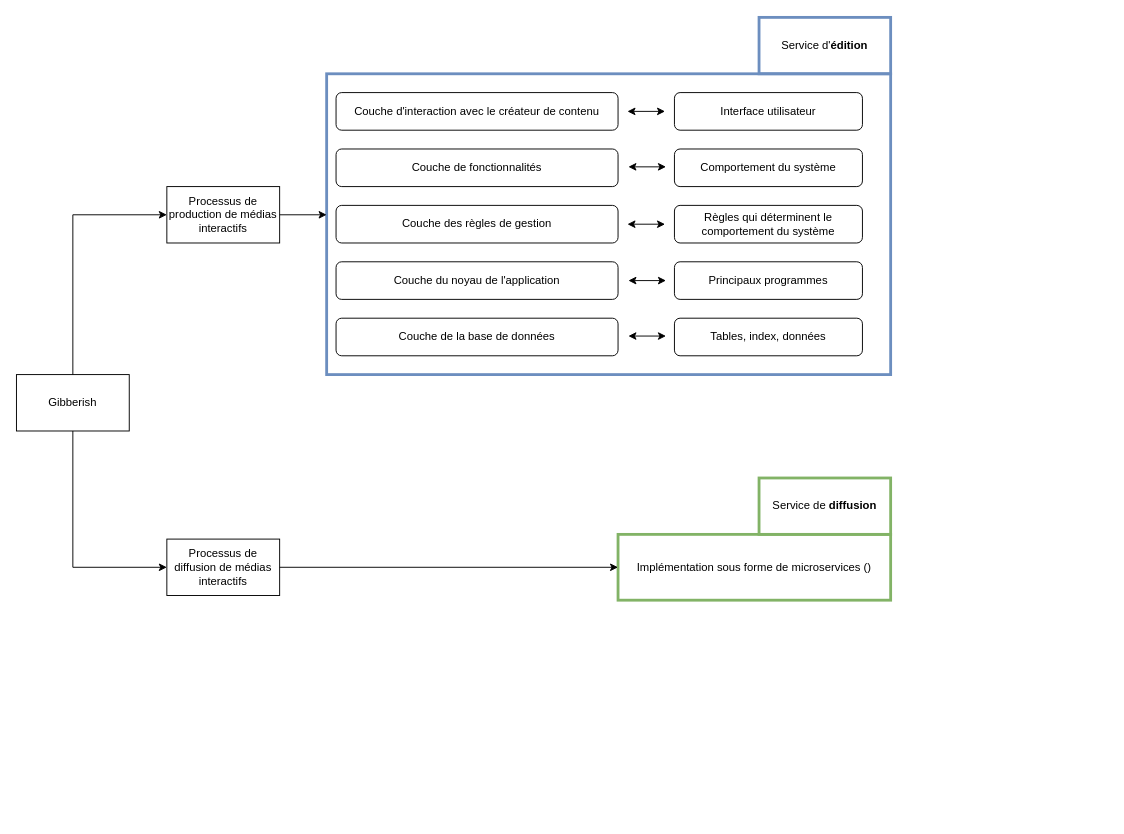
Above: GibberiashTargetApplicativeArchitecture.drawio in cjour/audit_logistics (draw.io), before the change. Source tidied: cells renumbered, new cells numbered last; positions are measured from the earlier drawing's top-left corner, leaving out a move shared by most shapes. Both pictures are drawn from the tidied source at 94%, with x=0, y=0 at pixel (16, 17).
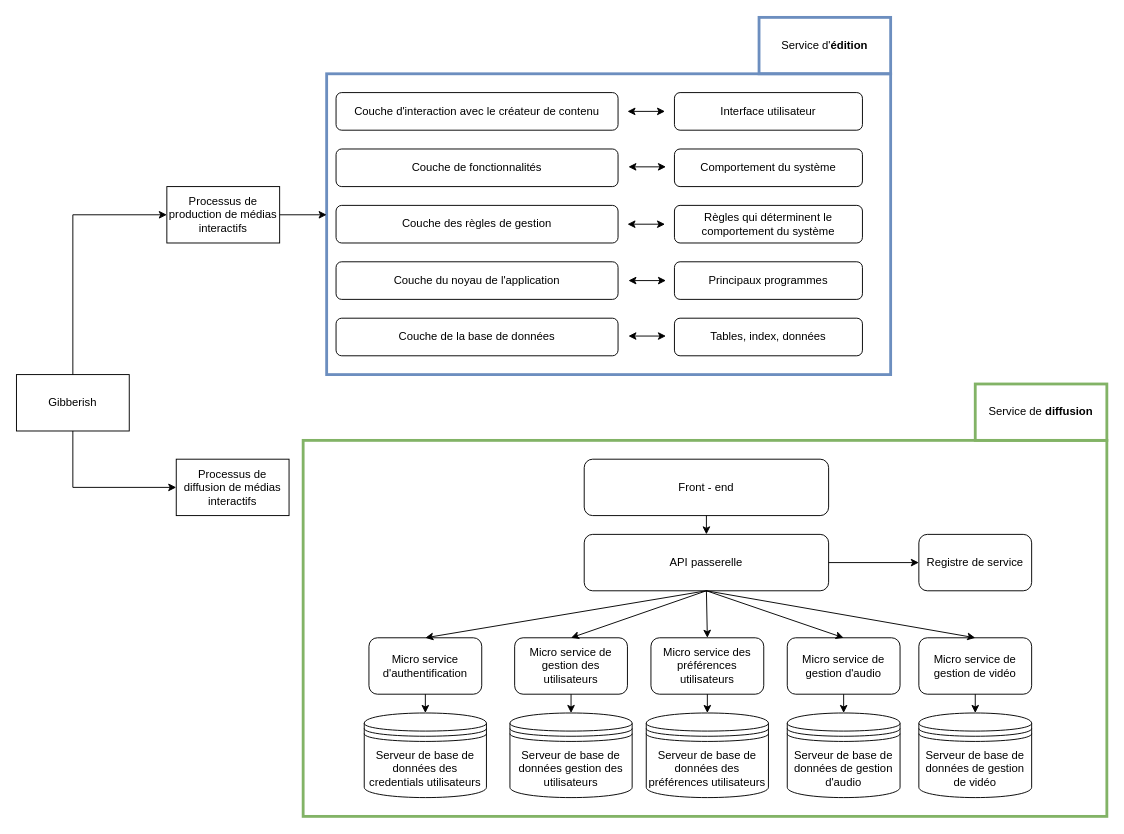
The same page after the edit.

Commit message:
Mettre à jour GibberiashTargetApplicativeArchitecture.drawio

The change refers to these unchanged cells:
```xml
<mxCell id="21" value="Gibberish" style="rounded=0;whiteSpace=wrap;html=1;strokeWidth=1;fillColor=none;" parent="1" vertex="1">
  <mxGeometry y="380" width="120" height="60" as="geometry" />
</mxCell>
```

Change to the diagram source:
```diff
@@
+    <mxCell id="19" style="rounded=0;whiteSpace=wrap;html=1;strokeWidth=3;fillColor=none;strokeColor=#82b366;" parent="1" vertex="1">
+      <mxGeometry x="305" y="450" width="855" height="400" as="geometry" />
+    </mxCell>
@@
-    <mxCell id="19" value="Implémentation sous forme de microservices ()" style="rounded=0;whiteSpace=wrap;html=1;strokeWidth=3;fillColor=none;strokeColor=#82b366;" parent="1" vertex="1">
-      <mxGeometry x="640" y="550" width="290" height="70" as="geometry" />
-    </mxCell>
     <mxCell id="20" value="Service de &lt;b&gt;diffusion&lt;/b&gt;" style="rounded=0;whiteSpace=wrap;html=1;strokeWidth=3;fillColor=none;strokeColor=#82b366;" parent="1" vertex="1">
-      <mxGeometry x="790" y="490" width="140" height="60" as="geometry" />
+      <mxGeometry x="1020" y="390" width="140" height="60" as="geometry" />
     </mxCell>
@@
     <mxCell id="23" value="Processus de diffusion de médias interactifs" style="rounded=0;whiteSpace=wrap;html=1;strokeWidth=1;fillColor=none;" parent="1" vertex="1">
-      <mxGeometry x="160" y="555" width="120" height="60" as="geometry" />
+      <mxGeometry x="170" y="470" width="120" height="60" as="geometry" />
     </mxCell>
@@
     <mxCell id="26" style="endArrow=classic;html=1;rounded=0;exitX=0.5;exitY=1;exitDx=0;exitDy=0;entryX=0;entryY=0.5;entryDx=0;entryDy=0;" parent="1" edge="1" source="21" target="23">
       <mxGeometry relative="1" as="geometry">
         <Array as="points">
-          <mxPoint x="60" y="585" />
+          <mxPoint x="60" y="500" />
         </Array>
       </mxGeometry>
     </mxCell>
-    <mxCell id="27" style="endArrow=classic;html=1;rounded=0;exitX=1;exitY=0.5;exitDx=0;exitDy=0;entryX=0;entryY=0.5;entryDx=0;entryDy=0;" parent="1" edge="1" source="23" target="19">
-      <mxGeometry relative="1" as="geometry" />
-    </mxCell>
+    <mxCell id="28" value="API passerelle" style="rounded=1;whiteSpace=wrap;html=1;" parent="1" vertex="1">
+      <mxGeometry x="604" y="550" width="260" height="60" as="geometry" />
+    </mxCell>
+    <mxCell id="29" value="Registre de service" style="rounded=1;whiteSpace=wrap;html=1;" parent="1" vertex="1">
+      <mxGeometry x="960" y="550" width="120" height="60" as="geometry" />
+    </mxCell>
+    <mxCell id="30" value="&lt;div&gt;Micro service d'authentification&lt;br&gt;&lt;/div&gt;" style="rounded=1;whiteSpace=wrap;html=1;" parent="1" vertex="1">
+      <mxGeometry x="375" y="660" width="120" height="60" as="geometry" />
+    </mxCell>
+    <mxCell id="31" value="&lt;div&gt;Micro service de gestion de vidéo&lt;br&gt;&lt;/div&gt;" style="rounded=1;whiteSpace=wrap;html=1;" parent="1" vertex="1">
+      <mxGeometry x="960" y="660" width="120" height="60" as="geometry" />
+    </mxCell>
+    <mxCell id="32" value="Serveur de base de données des credentials utilisateurs" style="shape=datastore;whiteSpace=wrap;html=1;" parent="1" vertex="1">
+      <mxGeometry x="370" y="740" width="130" height="90" as="geometry" />
+    </mxCell>
+    <mxCell id="33" value="Serveur de base de données de gestion d'audio" style="shape=datastore;whiteSpace=wrap;html=1;" parent="1" vertex="1">
+      <mxGeometry x="820" y="740" width="120" height="90" as="geometry" />
+    </mxCell>
+    <mxCell id="34" value="Serveur de base de données de gestion de vidéo" style="shape=datastore;whiteSpace=wrap;html=1;" parent="1" vertex="1">
+      <mxGeometry x="960" y="740" width="120" height="90" as="geometry" />
+    </mxCell>
+    <mxCell id="35" value="Front - end" style="rounded=1;whiteSpace=wrap;html=1;" parent="1" vertex="1">
+      <mxGeometry x="604" y="470" width="260" height="60" as="geometry" />
+    </mxCell>
+    <mxCell id="36" style="endArrow=classic;html=1;rounded=0;entryX=0.5;entryY=0;entryDx=0;entryDy=0;exitX=0.5;exitY=1;exitDx=0;exitDy=0;" parent="1" edge="1" source="35" target="28">
+      <mxGeometry relative="1" as="geometry" />
+    </mxCell>
+    <mxCell id="37" style="endArrow=classic;html=1;rounded=0;entryX=0;entryY=0.5;entryDx=0;entryDy=0;exitX=1;exitY=0.5;exitDx=0;exitDy=0;" parent="1" edge="1" source="28" target="29">
+      <mxGeometry relative="1" as="geometry" />
+    </mxCell>
+    <mxCell id="38" style="endArrow=classic;html=1;rounded=0;entryX=0.5;entryY=0;entryDx=0;entryDy=0;exitX=0.5;exitY=1;exitDx=0;exitDy=0;" parent="1" edge="1" source="30" target="32">
+      <mxGeometry relative="1" as="geometry" />
+    </mxCell>
+    <mxCell id="39" value="&lt;div&gt;Micro service de gestion d'audio&lt;br&gt;&lt;/div&gt;" style="rounded=1;whiteSpace=wrap;html=1;" parent="1" vertex="1">
+      <mxGeometry x="820" y="660" width="120" height="60" as="geometry" />
+    </mxCell>
+    <mxCell id="40" style="endArrow=classic;html=1;rounded=0;entryX=0.5;entryY=0;entryDx=0;entryDy=0;exitX=0.5;exitY=1;exitDx=0;exitDy=0;" parent="1" edge="1" source="39" target="33">
+      <mxGeometry relative="1" as="geometry" />
+    </mxCell>
+    <mxCell id="41" style="endArrow=classic;html=1;rounded=0;entryX=0.5;entryY=0;entryDx=0;entryDy=0;exitX=0.5;exitY=1;exitDx=0;exitDy=0;" parent="1" edge="1" source="31" target="34">
+      <mxGeometry relative="1" as="geometry" />
+    </mxCell>
+    <mxCell id="42" value="&lt;div&gt;Micro service de gestion des utilisateurs&lt;br&gt;&lt;/div&gt;" style="rounded=1;whiteSpace=wrap;html=1;" parent="1" vertex="1">
+      <mxGeometry x="530" y="660" width="120" height="60" as="geometry" />
+    </mxCell>
+    <mxCell id="43" value="Serveur de base de données gestion des utilisateurs" style="shape=datastore;whiteSpace=wrap;html=1;" parent="1" vertex="1">
+      <mxGeometry x="525" y="740" width="130" height="90" as="geometry" />
+    </mxCell>
+    <mxCell id="44" style="endArrow=classic;html=1;rounded=0;entryX=0.5;entryY=0;entryDx=0;entryDy=0;exitX=0.5;exitY=1;exitDx=0;exitDy=0;" parent="1" edge="1" source="42" target="43">
+      <mxGeometry relative="1" as="geometry" />
+    </mxCell>
+    <mxCell id="45" value="&lt;div&gt;Micro service des préférences utilisateurs&lt;br&gt;&lt;/div&gt;" style="rounded=1;whiteSpace=wrap;html=1;" parent="1" vertex="1">
+      <mxGeometry x="675" y="660" width="120" height="60" as="geometry" />
+    </mxCell>
+    <mxCell id="46" value="Serveur de base de données des préférences utilisateurs" style="shape=datastore;whiteSpace=wrap;html=1;" parent="1" vertex="1">
+      <mxGeometry x="670" y="740" width="130" height="90" as="geometry" />
+    </mxCell>
+    <mxCell id="47" style="endArrow=classic;html=1;rounded=0;entryX=0.5;entryY=0;entryDx=0;entryDy=0;exitX=0.5;exitY=1;exitDx=0;exitDy=0;" parent="1" edge="1" source="45" target="46">
+      <mxGeometry relative="1" as="geometry" />
+    </mxCell>
+    <mxCell id="48" style="endArrow=classic;html=1;rounded=0;entryX=0.5;entryY=0;entryDx=0;entryDy=0;exitX=0.5;exitY=1;exitDx=0;exitDy=0;" parent="1" edge="1" source="28" target="30">
+      <mxGeometry relative="1" as="geometry" />
+    </mxCell>
+    <mxCell id="49" style="endArrow=classic;html=1;rounded=0;entryX=0.5;entryY=0;entryDx=0;entryDy=0;exitX=0.5;exitY=1;exitDx=0;exitDy=0;" parent="1" edge="1" source="28" target="42">
+      <mxGeometry relative="1" as="geometry" />
+    </mxCell>
+    <mxCell id="50" style="endArrow=classic;html=1;rounded=0;exitX=0.5;exitY=1;exitDx=0;exitDy=0;entryX=0.5;entryY=0;entryDx=0;entryDy=0;" parent="1" edge="1" source="28" target="45">
+      <mxGeometry relative="1" as="geometry" />
+    </mxCell>
+    <mxCell id="51" style="endArrow=classic;html=1;rounded=0;exitX=0.5;exitY=1;exitDx=0;exitDy=0;entryX=0.5;entryY=0;entryDx=0;entryDy=0;" parent="1" edge="1" source="28" target="39">
+      <mxGeometry relative="1" as="geometry" />
+    </mxCell>
+    <mxCell id="52" style="endArrow=classic;html=1;rounded=0;exitX=0.5;exitY=1;exitDx=0;exitDy=0;entryX=0.5;entryY=0;entryDx=0;entryDy=0;" parent="1" edge="1" source="28" target="31">
+      <mxGeometry relative="1" as="geometry" />
+    </mxCell>
```
